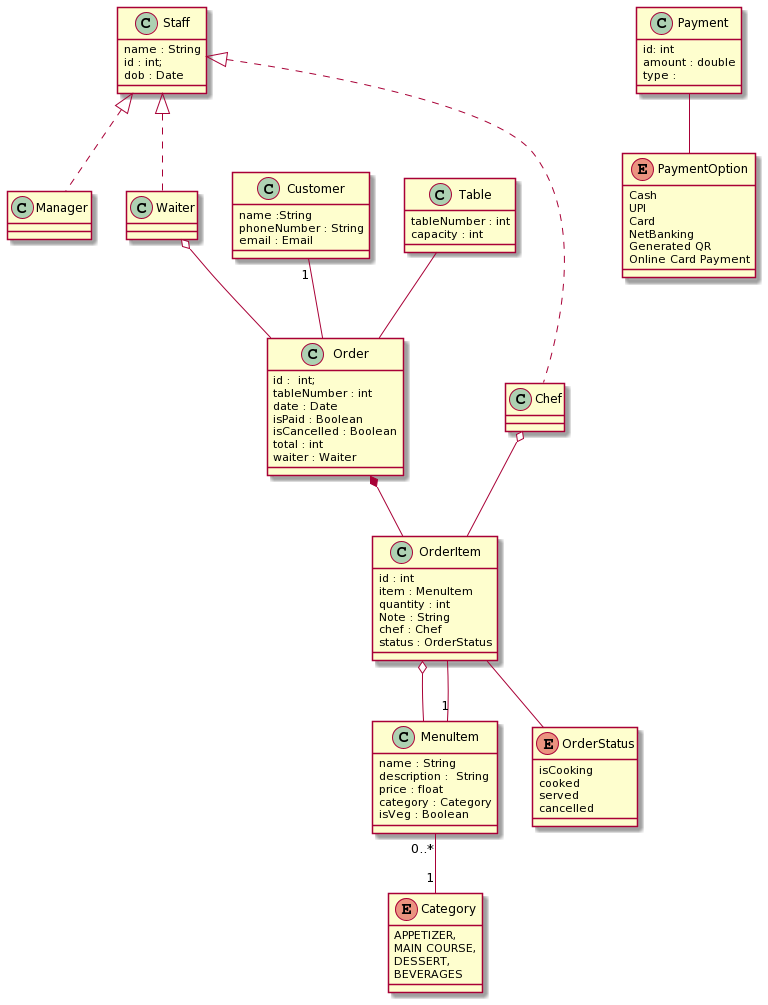
Before: UML Diagrams/class_diagram.png, a diagram exported from PlantUML (BITS-Smart/Smart-Restaurant).
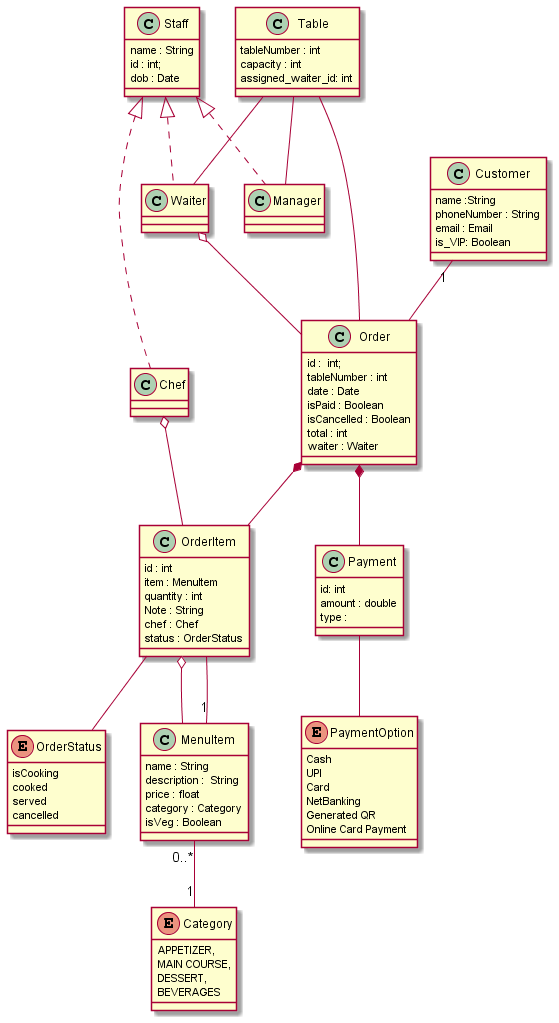
After the change.

Commit message:
UML diagram renders updated

Diff of the diagram source:
```diff
@@ -15,10 +15,17 @@
 class Chef {
 }
 
+class Table {
+    tableNumber : int
+    capacity : int
+    assigned_waiter_id: int
+}
+
 class Customer {
     name :String
     phoneNumber : String
     email : Email
+    is_VIP: Boolean
 }
 
 
@@ -36,10 +43,6 @@
     isVeg : Boolean
 }
 
-class Table {
-    tableNumber : int
-    capacity : int
-}
 
 class Order{
     id :  int;
@@ -87,9 +90,12 @@
 
 MenuItem "0..*" -- "1" Category
 Table -- Order
+Order *-- Payment
 Order *-- OrderItem
 Waiter o-- Order
 Chef o-- OrderItem
+Table -- Manager
+Table -- Waiter
 OrderItem -- OrderStatus
 OrderItem o-- MenuItem
 MenuItem "1" -- OrderItem
```
